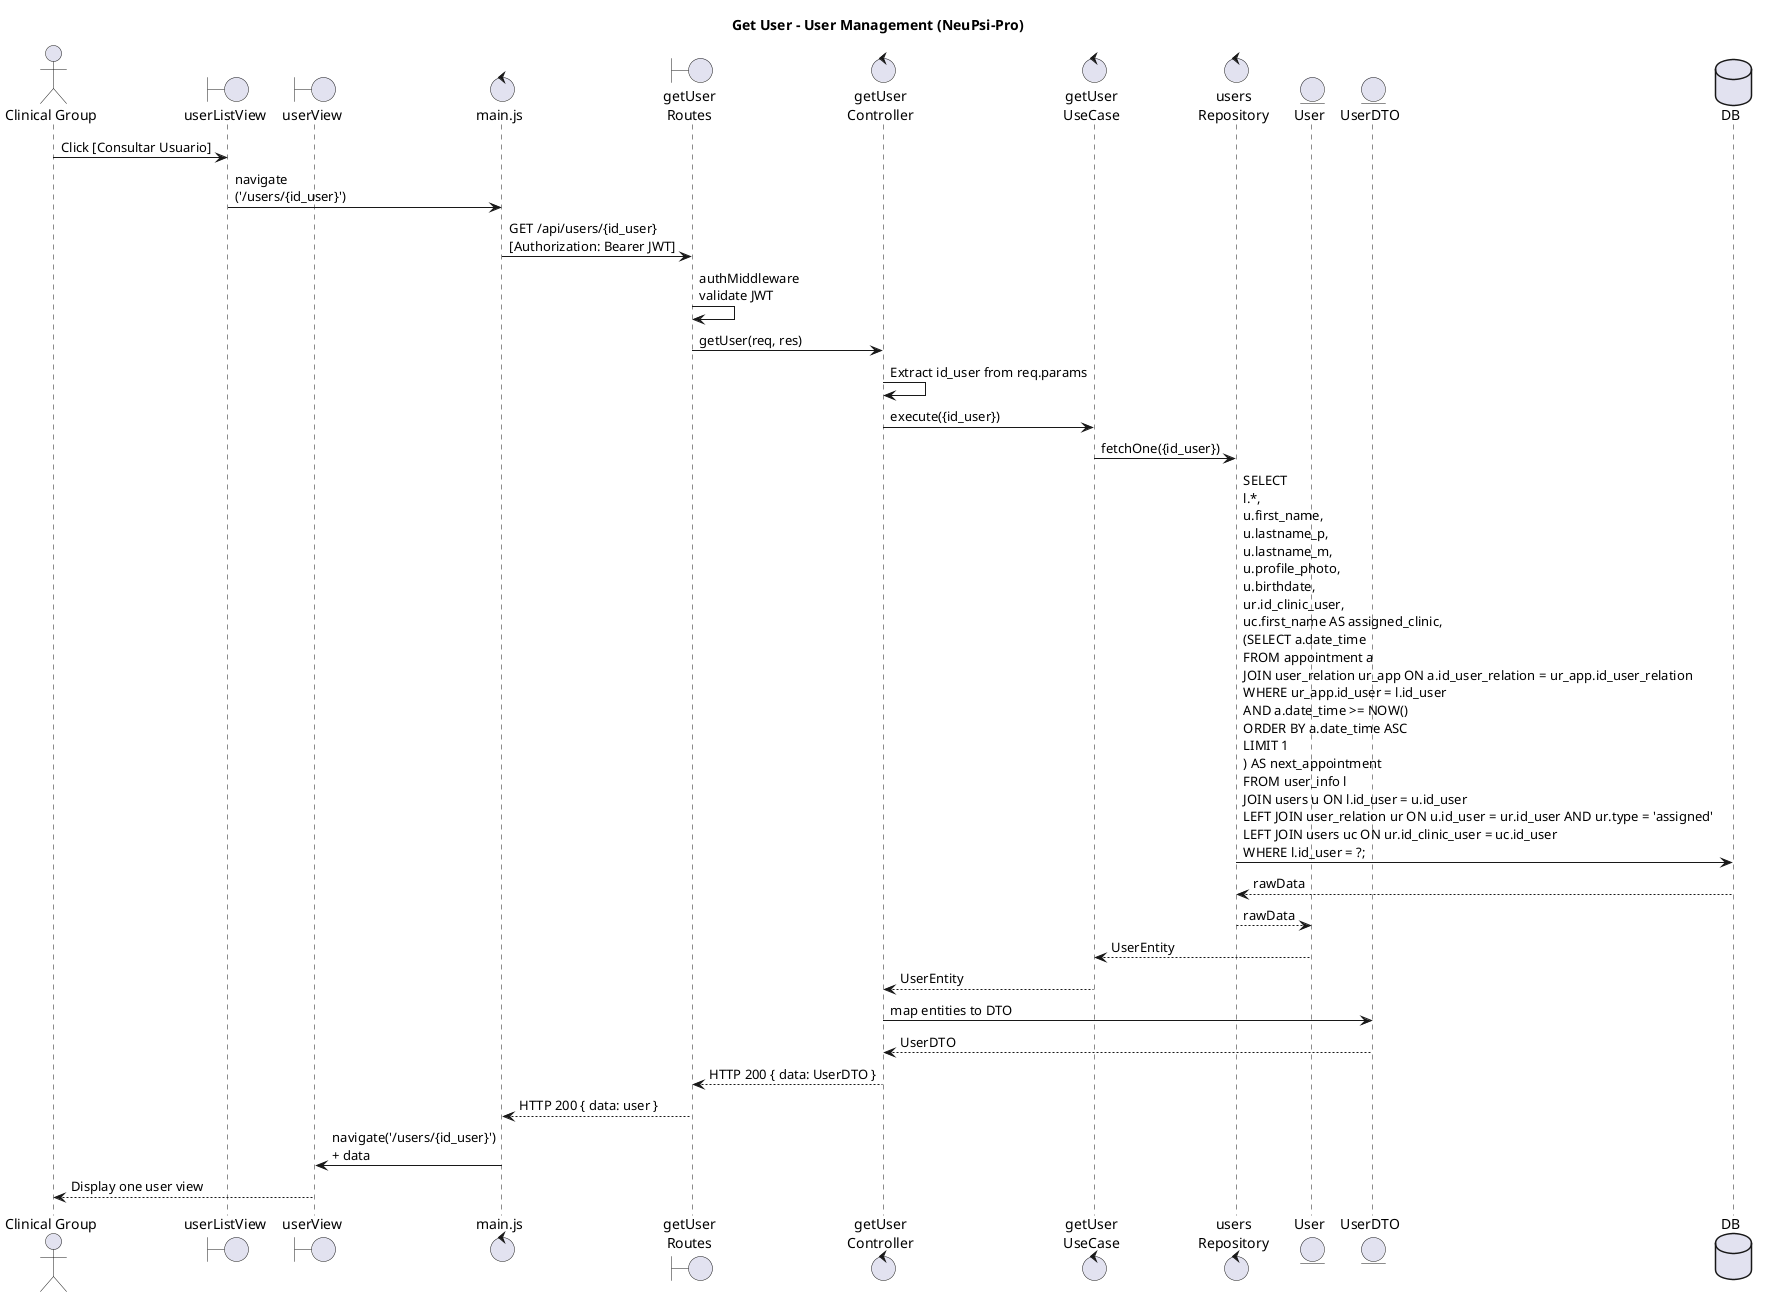
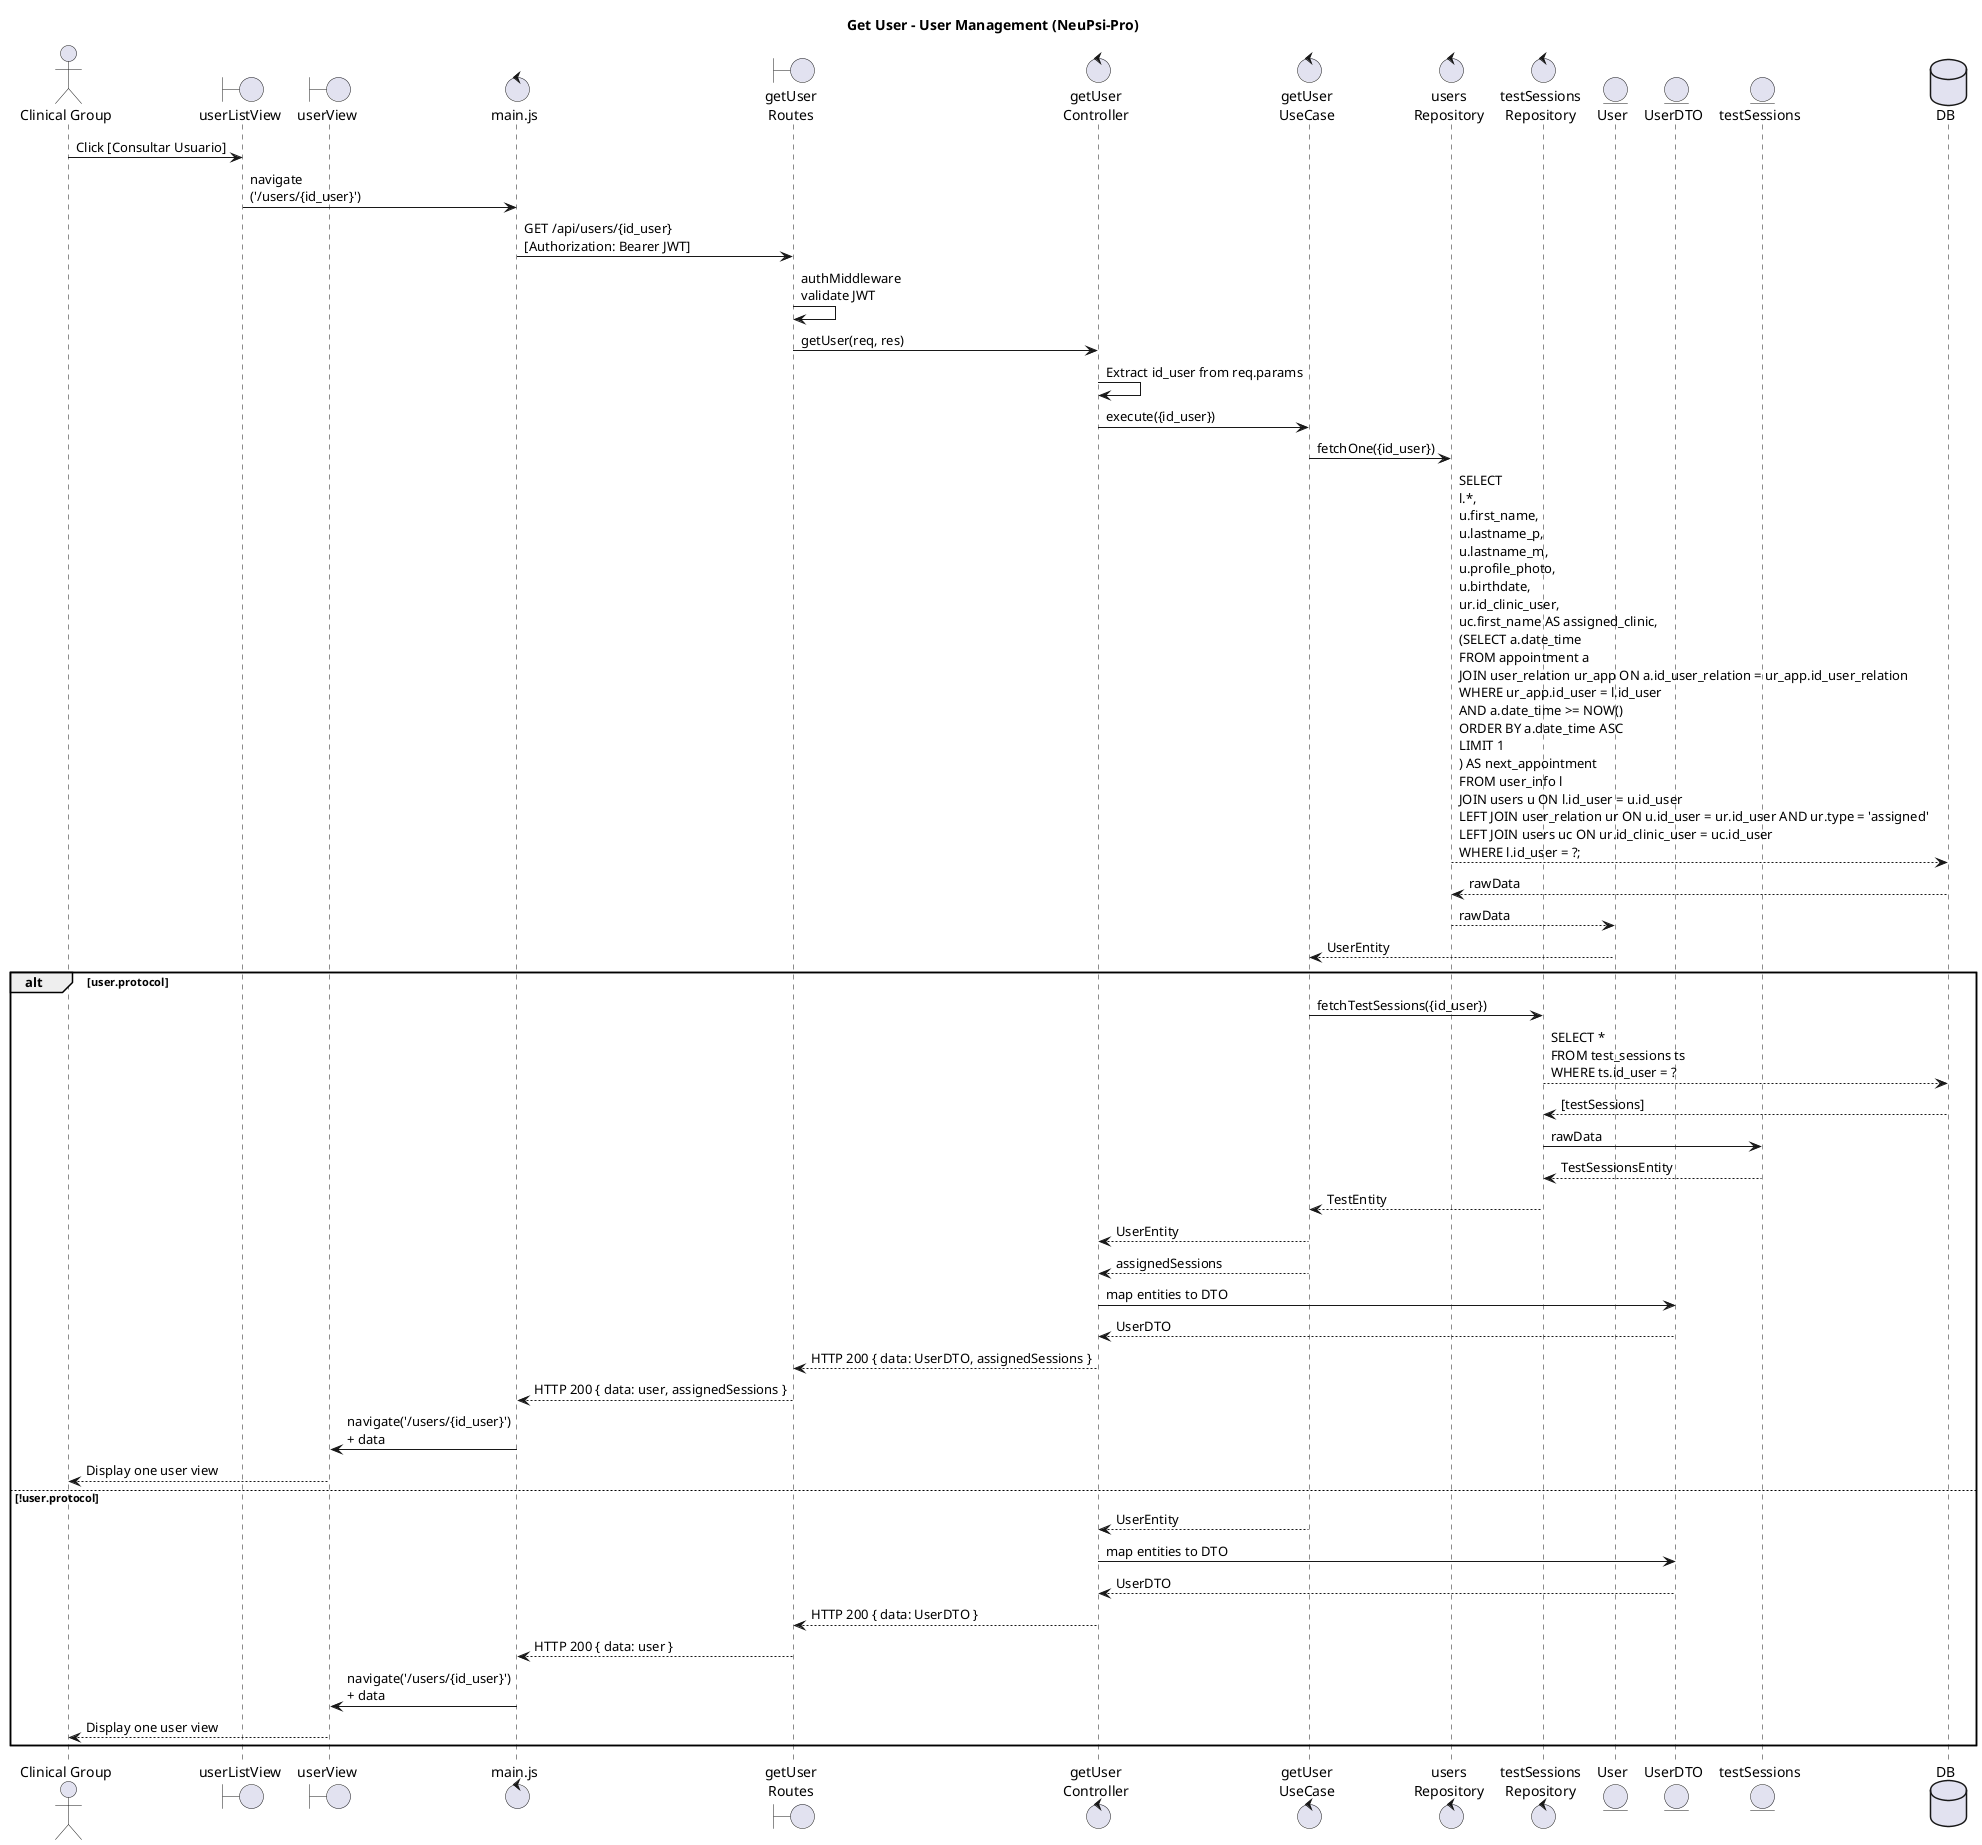
@startuml GU05 Get-User

title Get User - User Management (NeuPsi-Pro)

actor "Clinical Group" as CG

boundary "userListView" as VUsers
boundary "userView" as VOne
control "main.js" as MAIN
boundary "getUser\nRoutes" as ROUTE
control "getUser\nController" as CTRL
control "getUser\nUseCase" as UC
control "users\nRepository" as REPO
+ control "testSessions\nRepository" as tsREPO
entity "User" as ENT
entity "UserDTO" as DTO
+ entity "testSessions" as tsENT
database DB

CG -> VUsers : Click [Consultar Usuario]
VUsers -> MAIN : navigate\n('/users/{id_user}')

MAIN -> ROUTE : GET /api/users/{id_user}\n[Authorization: Bearer JWT]

ROUTE -> ROUTE : authMiddleware\nvalidate JWT
ROUTE -> CTRL : getUser(req, res)

CTRL -> CTRL : Extract id_user from req.params

CTRL -> UC : execute({id_user})

UC -> REPO : fetchOne({id_user})

- REPO -> DB : SELECT \nl.*, \nu.first_name,\nu.lastname_p,\nu.lastname_m,\nu.profile_photo,\nu.birthdate, \nur.id_clinic_user, \nuc.first_name AS assigned_clinic, \n(SELECT a.date_time \nFROM appointment a \nJOIN user_relation ur_app ON a.id_user_relation = ur_app.id_user_relation \nWHERE ur_app.id_user = l.id_user \nAND a.date_time >= NOW() \nORDER BY a.date_time ASC \nLIMIT 1 \n) AS next_appointment \nFROM user_info l \nJOIN users u ON l.id_user = u.id_user \nLEFT JOIN user_relation ur ON u.id_user = ur.id_user AND ur.type = 'assigned' \nLEFT JOIN users uc ON ur.id_clinic_user = uc.id_user \nWHERE l.id_user = ?;
+ REPO --> DB : SELECT \nl.*, \nu.first_name,\nu.lastname_p,\nu.lastname_m,\nu.profile_photo,\nu.birthdate, \nur.id_clinic_user, \nuc.first_name AS assigned_clinic, \n(SELECT a.date_time \nFROM appointment a \nJOIN user_relation ur_app ON a.id_user_relation = ur_app.id_user_relation \nWHERE ur_app.id_user = l.id_user \nAND a.date_time >= NOW() \nORDER BY a.date_time ASC \nLIMIT 1 \n) AS next_appointment \nFROM user_info l \nJOIN users u ON l.id_user = u.id_user \nLEFT JOIN user_relation ur ON u.id_user = ur.id_user AND ur.type = 'assigned' \nLEFT JOIN users uc ON ur.id_clinic_user = uc.id_user \nWHERE l.id_user = ?;

DB --> REPO : rawData

REPO --> ENT : rawData

ENT --> UC : UserEntity

- UC --> CTRL : UserEntity
+ alt user.protocol

- CTRL -> DTO : map entities to DTO
- DTO --> CTRL : UserDTO
+     UC -> tsREPO : fetchTestSessions({id_user})

- CTRL --> ROUTE : HTTP 200 { data: UserDTO }
+     tsREPO --> DB : SELECT * \nFROM test_sessions ts \nWHERE ts.id_user = ?

- ROUTE --> MAIN : HTTP 200 { data: user }
+     DB --> tsREPO : [testSessions]

- MAIN -> VOne : navigate('/users/{id_user}')\n+ data
+     tsREPO -> tsENT : rawData

- VOne --> CG : Display one user view
+     tsENT --> tsREPO : TestSessionsEntity
+ 
+     tsREPO --> UC : TestEntity
+ 
+     UC --> CTRL : UserEntity
+     UC --> CTRL : assignedSessions
+ 
+     CTRL -> DTO : map entities to DTO
+     DTO --> CTRL : UserDTO
+ 
+     CTRL --> ROUTE : HTTP 200 { data: UserDTO, assignedSessions }
+ 
+     ROUTE --> MAIN : HTTP 200 { data: user, assignedSessions }
+ 
+     MAIN -> VOne : navigate('/users/{id_user}')\n+ data
+ 
+     VOne --> CG : Display one user view
+ 
+ else !user.protocol
+ 
+     UC --> CTRL : UserEntity
+ 
+     CTRL -> DTO : map entities to DTO
+     DTO --> CTRL : UserDTO
+ 
+     CTRL --> ROUTE : HTTP 200 { data: UserDTO }
+ 
+     ROUTE --> MAIN : HTTP 200 { data: user }
+ 
+     MAIN -> VOne : navigate('/users/{id_user}')\n+ data
+ 
+     VOne --> CG : Display one user view
+ 
+ end

@enduml